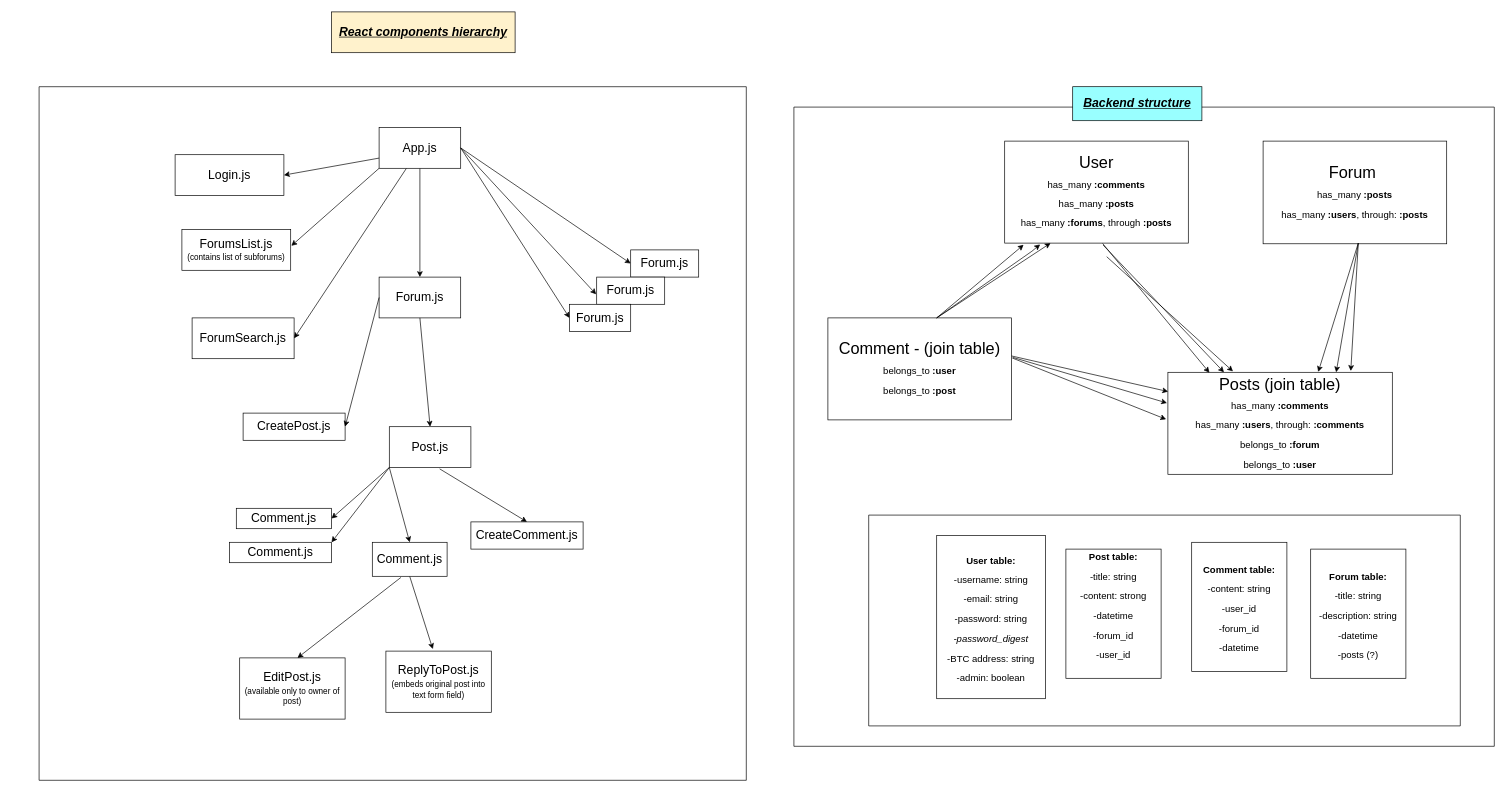
Above: flowcharts.drawio in babux1/CryptoDev (draw.io), before the change. Source tidied: cells renumbered, new cells numbered last; positions are measured from the earlier drawing's top-left corner, leaving out a move shared by most shapes. Both pictures are drawn from the tidied source at 68%, with x=0, y=0 at pixel (39, 12).
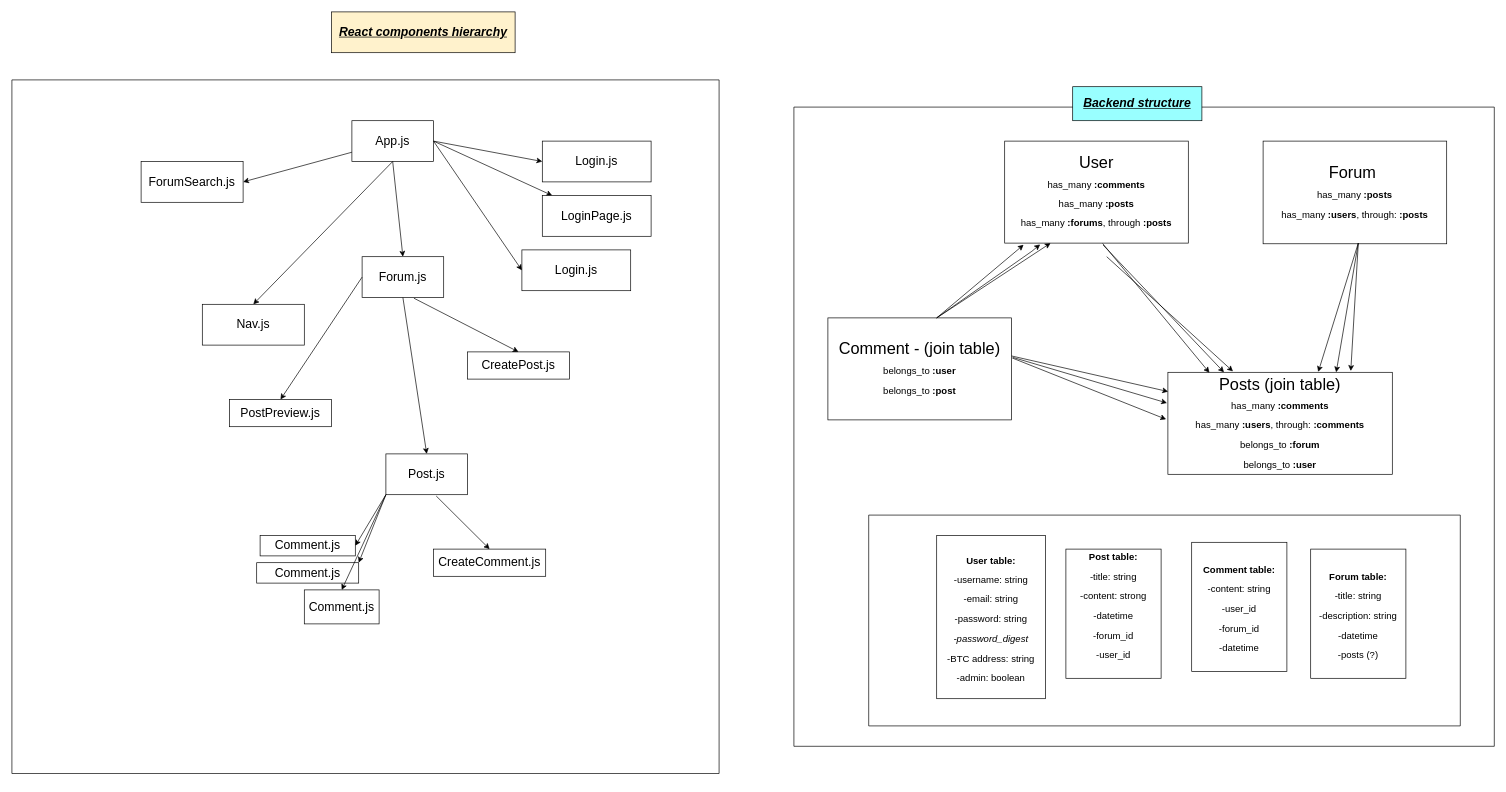
After the change.

The change refers to these unchanged cells:
```xml
<mxCell id="46" value="&lt;font style=&quot;font-size: 18px&quot;&gt;App.js&lt;/font&gt;" style="rounded=0;whiteSpace=wrap;html=1;fontSize=14;" parent="45" vertex="1">
  <mxGeometry x="500" y="60" width="120" height="60" as="geometry" />
</mxCell>
```

Change to the diagram source:
```diff
@@
-    <mxCell id="25" value="&lt;font style=&quot;font-size: 18px&quot;&gt;Forum.js&lt;/font&gt;" style="rounded=0;whiteSpace=wrap;html=1;fontSize=14;" parent="1" vertex="1">
-      <mxGeometry x="500" y="390" width="120" height="60" as="geometry" />
-    </mxCell>
-    <mxCell id="26" value="&lt;span style=&quot;font-size: 18px&quot;&gt;ForumSearch.js&lt;/span&gt;" style="rounded=0;whiteSpace=wrap;html=1;fontSize=14;" parent="1" vertex="1">
-      <mxGeometry x="225" y="450" width="150" height="60" as="geometry" />
-    </mxCell>
-    <mxCell id="27" value="&lt;font style=&quot;font-size: 18px&quot;&gt;Post.js&lt;/font&gt;" style="rounded=0;whiteSpace=wrap;html=1;fontSize=14;" parent="1" vertex="1">
-      <mxGeometry x="515" y="610" width="120" height="60" as="geometry" />
-    </mxCell>
-    <mxCell id="28" value="&lt;span style=&quot;font-size: 18px&quot;&gt;Comment.js&lt;/span&gt;" style="rounded=0;whiteSpace=wrap;html=1;fontSize=14;" parent="1" vertex="1">
-      <mxGeometry x="280" y="780" width="150" height="30" as="geometry" />
-    </mxCell>
-    <mxCell id="29" style="endArrow=classic;html=1;rounded=0;fontSize=18;exitX=0;exitY=1;exitDx=0;exitDy=0;entryX=1;entryY=0;entryDx=0;entryDy=0;" parent="1" edge="1" source="27" target="28">
-      <mxGeometry relative="1" as="geometry" />
-    </mxCell>
-    <mxCell id="30" value="&lt;font style=&quot;font-size: 18px&quot;&gt;Comment.js&lt;/font&gt;" style="rounded=0;whiteSpace=wrap;html=1;fontSize=14;" parent="1" vertex="1">
-      <mxGeometry x="290" y="730" width="140" height="30" as="geometry" />
-    </mxCell>
-    <mxCell id="31" style="endArrow=classic;html=1;rounded=0;fontSize=18;exitX=0;exitY=1;exitDx=0;exitDy=0;entryX=0.5;entryY=0;entryDx=0;entryDy=0;" parent="1" edge="1" source="27" target="53">
-      <mxGeometry relative="1" as="geometry" />
-    </mxCell>
-    <mxCell id="32" style="endArrow=classic;html=1;rounded=0;fontSize=18;entryX=1;entryY=0.5;entryDx=0;entryDy=0;exitX=0;exitY=1;exitDx=0;exitDy=0;" parent="1" edge="1" source="27" target="30">
-      <mxGeometry relative="1" as="geometry" />
-    </mxCell>
-    <mxCell id="33" value="&lt;font style=&quot;font-size: 18px&quot;&gt;CreatePost.js&lt;br&gt;&lt;/font&gt;" style="rounded=0;whiteSpace=wrap;html=1;fontSize=14;" parent="1" vertex="1">
-      <mxGeometry x="300" y="590" width="150" height="40" as="geometry" />
-    </mxCell>
-    <mxCell id="34" style="endArrow=classic;html=1;rounded=0;fontSize=18;exitX=0;exitY=0.5;exitDx=0;exitDy=0;entryX=1;entryY=0.5;entryDx=0;entryDy=0;" parent="1" edge="1" source="25" target="33">
-      <mxGeometry relative="1" as="geometry" />
-    </mxCell>
-    <mxCell id="35" style="endArrow=classic;html=1;rounded=0;fontSize=18;entryX=0.5;entryY=0;entryDx=0;entryDy=0;exitX=0.5;exitY=1;exitDx=0;exitDy=0;" parent="1" edge="1" source="46" target="25">
-      <mxGeometry relative="1" as="geometry" />
-    </mxCell>
-    <mxCell id="36" style="endArrow=classic;html=1;rounded=0;fontSize=18;exitX=0.5;exitY=1;exitDx=0;exitDy=0;entryX=0.5;entryY=0;entryDx=0;entryDy=0;" parent="1" edge="1" source="25" target="27">
-      <mxGeometry relative="1" as="geometry" />
-    </mxCell>
-    <mxCell id="37" value="&lt;font&gt;&lt;span style=&quot;font-size: 18px&quot;&gt;EditPost.js&lt;/span&gt;&lt;br&gt;&lt;font style=&quot;font-size: 12px&quot;&gt;(available only to owner of post)&lt;/font&gt;&lt;br&gt;&lt;/font&gt;" style="rounded=0;whiteSpace=wrap;html=1;fontSize=14;" parent="1" vertex="1">
-      <mxGeometry x="295" y="950" width="155" height="90" as="geometry" />
-    </mxCell>
-    <mxCell id="38" value="&lt;font&gt;&lt;span style=&quot;font-size: 18px&quot;&gt;ReplyToPost.js&lt;/span&gt;&lt;br&gt;&lt;font style=&quot;font-size: 12px&quot;&gt;(embeds original post into text form field)&lt;/font&gt;&lt;br&gt;&lt;/font&gt;" style="rounded=0;whiteSpace=wrap;html=1;fontSize=14;" parent="1" vertex="1">
-      <mxGeometry x="510" y="940" width="155" height="90" as="geometry" />
-    </mxCell>
-    <mxCell id="39" style="endArrow=classic;html=1;rounded=0;fontSize=18;exitX=0.5;exitY=1;exitDx=0;exitDy=0;entryX=0.445;entryY=-0.033;entryDx=0;entryDy=0;entryPerimeter=0;" parent="1" edge="1" source="53" target="38">
-      <mxGeometry relative="1" as="geometry" />
-    </mxCell>
-    <mxCell id="40" style="endArrow=classic;html=1;rounded=0;fontSize=18;exitX=0.383;exitY=1.033;exitDx=0;exitDy=0;entryX=0.548;entryY=0;entryDx=0;entryDy=0;entryPerimeter=0;exitPerimeter=0;" parent="1" edge="1" source="53" target="37">
-      <mxGeometry relative="1" as="geometry" />
-    </mxCell>
-    <mxCell id="41" style="endArrow=classic;html=1;rounded=0;fontSize=12;entryX=1;entryY=0.5;entryDx=0;entryDy=0;" parent="1" edge="1" source="46" target="26">
-      <mxGeometry relative="1" as="geometry" />
-    </mxCell>
-    <mxCell id="42" style="endArrow=classic;html=1;rounded=0;fontSize=12;exitX=0.617;exitY=1.033;exitDx=0;exitDy=0;entryX=0.5;entryY=0;entryDx=0;entryDy=0;exitPerimeter=0;" parent="1" edge="1" source="27" target="56">
-      <mxGeometry relative="1" as="geometry" />
-    </mxCell>
-    <mxCell id="43" value="&lt;span style=&quot;font-size: 18px&quot;&gt;ForumsList.js&lt;/span&gt;&lt;br&gt;&lt;font style=&quot;font-size: 12px&quot;&gt;(contains list of subforums)&lt;/font&gt;" style="rounded=0;whiteSpace=wrap;html=1;fontSize=14;" parent="1" vertex="1">
-      <mxGeometry x="210" y="320" width="160" height="60" as="geometry" />
-    </mxCell>
-    <mxCell id="44" style="endArrow=classic;html=1;rounded=0;fontSize=12;exitX=0;exitY=1;exitDx=0;exitDy=0;entryX=1.006;entryY=0.4;entryDx=0;entryDy=0;entryPerimeter=0;" parent="1" edge="1" source="46" target="43">
-      <mxGeometry relative="1" as="geometry" />
-    </mxCell>
     <mxCell id="45" style="swimlane;startSize=0;fontSize=12;fillColor=#FFFFCC;" parent="1" vertex="1">
-      <mxGeometry y="110" width="1040" height="1020" as="geometry" />
+      <mxGeometry x="-40" y="100" width="1040" height="1020" as="geometry" />
     </mxCell>
+    <mxCell id="58" style="edgeStyle=none;html=1;exitX=1;exitY=0.5;exitDx=0;exitDy=0;" parent="45" edge="1" source="46" target="59">
+      <mxGeometry relative="1" as="geometry" />
+    </mxCell>
@@
-    <mxCell id="47" value="&lt;font style=&quot;font-size: 18px&quot;&gt;Forum.js&lt;/font&gt;" style="rounded=0;whiteSpace=wrap;html=1;fontSize=14;" parent="45" vertex="1">
-      <mxGeometry x="870" y="240" width="100" height="40" as="geometry" />
-    </mxCell>
-    <mxCell id="48" style="endArrow=classic;html=1;rounded=0;fontSize=12;exitX=1;exitY=0.5;exitDx=0;exitDy=0;entryX=0;entryY=0.5;entryDx=0;entryDy=0;" parent="45" edge="1" source="46" target="47">
-      <mxGeometry relative="1" as="geometry" />
-    </mxCell>
-    <mxCell id="49" value="&lt;font style=&quot;font-size: 18px&quot;&gt;Forum.js&lt;/font&gt;" style="rounded=0;whiteSpace=wrap;html=1;fontSize=14;" parent="45" vertex="1">
-      <mxGeometry x="820" y="280" width="100" height="40" as="geometry" />
-    </mxCell>
-    <mxCell id="50" style="endArrow=classic;html=1;rounded=0;fontSize=12;exitX=1;exitY=0.5;exitDx=0;exitDy=0;entryX=-0.008;entryY=0.633;entryDx=0;entryDy=0;entryPerimeter=0;" parent="45" edge="1" source="46" target="49">
-      <mxGeometry relative="1" as="geometry" />
-    </mxCell>
-    <mxCell id="51" value="&lt;font style=&quot;font-size: 18px&quot;&gt;Forum.js&lt;/font&gt;" style="rounded=0;whiteSpace=wrap;html=1;fontSize=14;" parent="45" vertex="1">
-      <mxGeometry x="780" y="320" width="90" height="40" as="geometry" />
-    </mxCell>
-    <mxCell id="52" style="endArrow=classic;html=1;rounded=0;fontSize=12;exitX=1;exitY=0.5;exitDx=0;exitDy=0;entryX=0;entryY=0.5;entryDx=0;entryDy=0;" parent="45" edge="1" source="46" target="51">
-      <mxGeometry relative="1" as="geometry" />
-    </mxCell>
     <mxCell id="53" value="&lt;span style=&quot;font-size: 18px&quot;&gt;Comment.js&lt;/span&gt;" style="rounded=0;whiteSpace=wrap;html=1;fontSize=14;" parent="45" vertex="1">
-      <mxGeometry x="490" y="670" width="110" height="50" as="geometry" />
+      <mxGeometry x="430" y="750" width="110" height="50" as="geometry" />
     </mxCell>
     <mxCell id="54" value="&lt;span style=&quot;font-size: 18px&quot;&gt;Login.js&lt;/span&gt;" style="rounded=0;whiteSpace=wrap;html=1;fontSize=14;" parent="45" vertex="1">
-      <mxGeometry x="200" y="100" width="160" height="60" as="geometry" />
+      <mxGeometry x="780" y="90" width="160" height="60" as="geometry" />
     </mxCell>
-    <mxCell id="55" style="endArrow=classic;html=1;rounded=0;fontSize=12;entryX=1;entryY=0.5;entryDx=0;entryDy=0;exitX=0;exitY=0.75;exitDx=0;exitDy=0;" parent="45" edge="1" source="46" target="54">
+    <mxCell id="55" style="endArrow=classic;html=1;rounded=0;fontSize=12;entryX=0;entryY=0.5;entryDx=0;entryDy=0;exitX=1;exitY=0.5;exitDx=0;exitDy=0;" parent="45" edge="1" source="46" target="54">
       <mxGeometry relative="1" as="geometry" />
     </mxCell>
     <mxCell id="56" value="&lt;font style=&quot;font-size: 18px&quot;&gt;CreateComment.js&lt;br&gt;&lt;/font&gt;" style="rounded=0;whiteSpace=wrap;html=1;fontSize=14;" parent="45" vertex="1">
-      <mxGeometry x="635" y="640" width="165" height="40" as="geometry" />
+      <mxGeometry x="620" y="690" width="165" height="40" as="geometry" />
     </mxCell>
+    <mxCell id="59" value="&lt;span style=&quot;font-size: 18px&quot;&gt;LoginPage.js&lt;/span&gt;" style="rounded=0;whiteSpace=wrap;html=1;fontSize=14;" parent="45" vertex="1">
+      <mxGeometry x="780" y="170" width="160" height="60" as="geometry" />
+    </mxCell>
+    <mxCell id="26" value="&lt;span style=&quot;font-size: 18px&quot;&gt;ForumSearch.js&lt;/span&gt;" style="rounded=0;whiteSpace=wrap;html=1;fontSize=14;" parent="45" vertex="1">
+      <mxGeometry x="190" y="120" width="150" height="60" as="geometry" />
+    </mxCell>
+    <mxCell id="41" style="endArrow=classic;html=1;rounded=0;fontSize=12;entryX=1;entryY=0.5;entryDx=0;entryDy=0;" parent="45" edge="1" source="46" target="26">
+      <mxGeometry relative="1" as="geometry" />
+    </mxCell>
+    <mxCell id="60" value="&lt;span style=&quot;font-size: 18px&quot;&gt;Nav.js&lt;/span&gt;" style="rounded=0;whiteSpace=wrap;html=1;fontSize=14;" parent="45" vertex="1">
+      <mxGeometry x="280" y="330" width="150" height="60" as="geometry" />
+    </mxCell>
+    <mxCell id="61" style="endArrow=classic;html=1;rounded=0;fontSize=12;entryX=0.5;entryY=0;entryDx=0;entryDy=0;exitX=0.5;exitY=1;exitDx=0;exitDy=0;" parent="45" edge="1" source="46" target="60">
+      <mxGeometry relative="1" as="geometry" />
+    </mxCell>
+    <mxCell id="25" value="&lt;font style=&quot;font-size: 18px&quot;&gt;Forum.js&lt;/font&gt;" style="rounded=0;whiteSpace=wrap;html=1;fontSize=14;" parent="45" vertex="1">
+      <mxGeometry x="515" y="260" width="120" height="60" as="geometry" />
+    </mxCell>
+    <mxCell id="35" style="endArrow=classic;html=1;rounded=0;fontSize=18;entryX=0.5;entryY=0;entryDx=0;entryDy=0;exitX=0.5;exitY=1;exitDx=0;exitDy=0;" parent="45" edge="1" source="46" target="25">
+      <mxGeometry relative="1" as="geometry" />
+    </mxCell>
+    <mxCell id="62" value="&lt;font style=&quot;font-size: 18px&quot;&gt;CreatePost.js&lt;br&gt;&lt;/font&gt;" style="rounded=0;whiteSpace=wrap;html=1;fontSize=14;" parent="45" vertex="1">
+      <mxGeometry x="670" y="400" width="150" height="40" as="geometry" />
+    </mxCell>
+    <mxCell id="63" style="endArrow=classic;html=1;rounded=0;fontSize=18;exitX=0.635;exitY=1.017;exitDx=0;exitDy=0;entryX=0.5;entryY=0;entryDx=0;entryDy=0;exitPerimeter=0;" parent="45" edge="1" source="25" target="62">
+      <mxGeometry relative="1" as="geometry" />
+    </mxCell>
+    <mxCell id="33" value="&lt;font style=&quot;font-size: 18px&quot;&gt;PostPreview.js&lt;br&gt;&lt;/font&gt;" style="rounded=0;whiteSpace=wrap;html=1;fontSize=14;" parent="45" vertex="1">
+      <mxGeometry x="320" y="470" width="150" height="40" as="geometry" />
+    </mxCell>
+    <mxCell id="34" style="endArrow=classic;html=1;rounded=0;fontSize=18;exitX=0;exitY=0.5;exitDx=0;exitDy=0;entryX=0.5;entryY=0;entryDx=0;entryDy=0;" parent="45" edge="1" source="25" target="33">
+      <mxGeometry relative="1" as="geometry" />
+    </mxCell>
+    <mxCell id="30" value="&lt;font style=&quot;font-size: 18px&quot;&gt;Comment.js&lt;/font&gt;" style="rounded=0;whiteSpace=wrap;html=1;fontSize=14;" parent="45" vertex="1">
+      <mxGeometry x="365" y="670" width="140" height="30" as="geometry" />
+    </mxCell>
+    <mxCell id="28" value="&lt;span style=&quot;font-size: 18px&quot;&gt;Comment.js&lt;/span&gt;" style="rounded=0;whiteSpace=wrap;html=1;fontSize=14;" parent="45" vertex="1">
+      <mxGeometry x="360" y="710" width="150" height="30" as="geometry" />
+    </mxCell>
+    <mxCell id="27" value="&lt;font style=&quot;font-size: 18px&quot;&gt;Post.js&lt;/font&gt;" style="rounded=0;whiteSpace=wrap;html=1;fontSize=14;" parent="45" vertex="1">
+      <mxGeometry x="550" y="550" width="120" height="60" as="geometry" />
+    </mxCell>
+    <mxCell id="29" style="endArrow=classic;html=1;rounded=0;fontSize=18;exitX=0;exitY=1;exitDx=0;exitDy=0;entryX=1;entryY=0;entryDx=0;entryDy=0;" parent="45" edge="1" source="27" target="28">
+      <mxGeometry relative="1" as="geometry" />
+    </mxCell>
+    <mxCell id="31" style="endArrow=classic;html=1;rounded=0;fontSize=18;exitX=0;exitY=1;exitDx=0;exitDy=0;entryX=0.5;entryY=0;entryDx=0;entryDy=0;" parent="45" edge="1" source="27" target="53">
+      <mxGeometry relative="1" as="geometry" />
+    </mxCell>
+    <mxCell id="32" style="endArrow=classic;html=1;rounded=0;fontSize=18;entryX=1;entryY=0.5;entryDx=0;entryDy=0;exitX=0;exitY=1;exitDx=0;exitDy=0;" parent="45" edge="1" source="27" target="30">
+      <mxGeometry relative="1" as="geometry" />
+    </mxCell>
+    <mxCell id="36" style="endArrow=classic;html=1;rounded=0;fontSize=18;exitX=0.5;exitY=1;exitDx=0;exitDy=0;entryX=0.5;entryY=0;entryDx=0;entryDy=0;" parent="45" edge="1" source="25" target="27">
+      <mxGeometry relative="1" as="geometry" />
+    </mxCell>
+    <mxCell id="42" style="endArrow=classic;html=1;rounded=0;fontSize=12;exitX=0.617;exitY=1.033;exitDx=0;exitDy=0;entryX=0.5;entryY=0;entryDx=0;entryDy=0;exitPerimeter=0;" parent="45" edge="1" source="27" target="56">
+      <mxGeometry relative="1" as="geometry" />
+    </mxCell>
+    <mxCell id="64" value="&lt;span style=&quot;font-size: 18px&quot;&gt;Login.js&lt;/span&gt;" style="rounded=0;whiteSpace=wrap;html=1;fontSize=14;" parent="45" vertex="1">
+      <mxGeometry x="750" y="250" width="160" height="60" as="geometry" />
+    </mxCell>
+    <mxCell id="65" style="edgeStyle=none;html=1;entryX=0;entryY=0.5;entryDx=0;entryDy=0;exitX=1;exitY=0.5;exitDx=0;exitDy=0;" parent="45" edge="1" source="46" target="64">
+      <mxGeometry relative="1" as="geometry" />
+    </mxCell>
```
